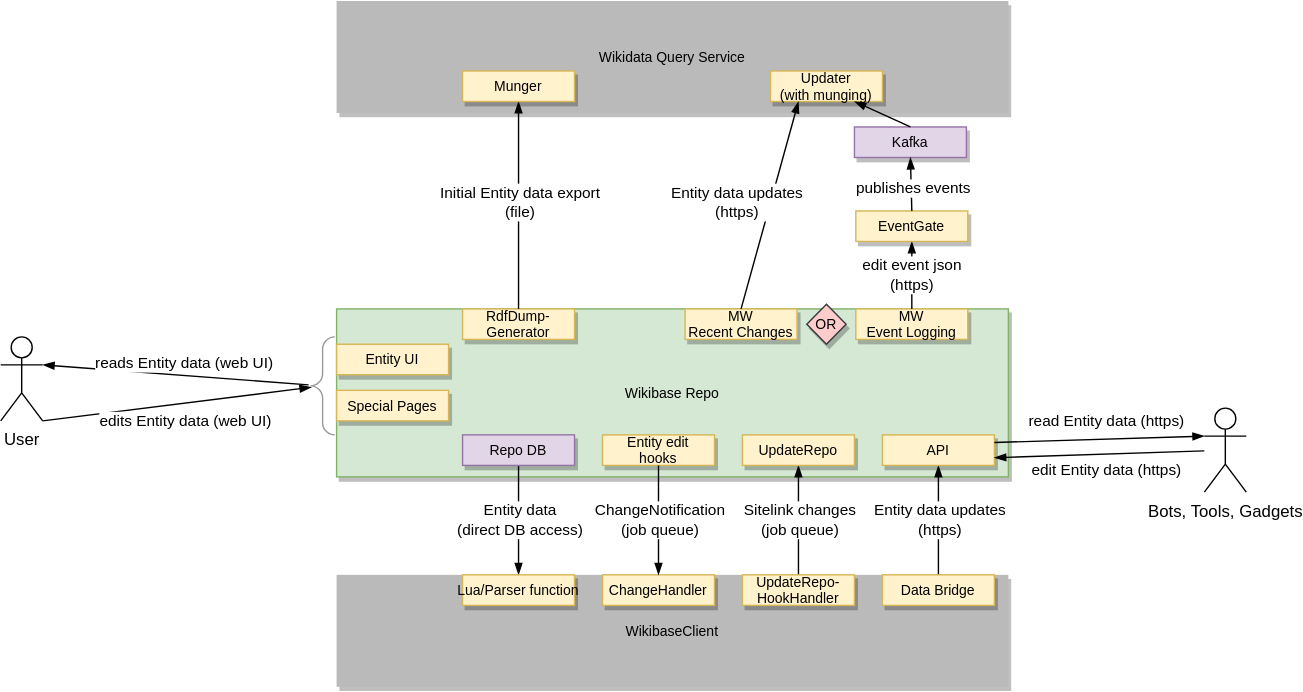
Above: systems/WikibaseRepo/diagrams/03-technical-context.drawio.svg in wmde/wikidata-wikibase-architecture (draw.io), before the change. Source tidied: cells renumbered, new cells last; positions are measured from the earlier drawing's top-left corner, leaving out a move shared by most shapes. The source it was exported from:
```xml
<mxGraphModel>
  <root>
    <mxCell id="0" />
    <mxCell id="1" parent="0" />
    <mxCell id="2" value="Wikibase Repo" style="rounded=0;shadow=1;fontSize=10;strokeColor=#82b366;direction=west;fillColor=#d5e8d4;" parent="1" vertex="1">
      <mxGeometry x="240" y="220" width="480" height="120" as="geometry" />
    </mxCell>
    <mxCell id="3" value="WikibaseClient" style="rounded=0;shadow=1;fontSize=10;strokeColor=none;direction=west;fillColor=#BABABA;" parent="1" vertex="1">
      <mxGeometry x="240" y="410" width="480" height="80" as="geometry" />
    </mxCell>
    <mxCell id="4" style="rounded=0;jettySize=auto;html=1;endArrow=blockThin;endFill=1;exitX=0.5;exitY=0;exitDx=0;exitDy=0;" parent="1" edge="1" source="14" target="15">
      <mxGeometry relative="1" as="geometry" />
    </mxCell>
    <mxCell id="5" value="Sitelink changes&lt;br&gt;(job queue)" style="edgeLabel;html=1;align=center;verticalAlign=middle;" parent="4" vertex="1">
      <mxGeometry x="0.2" relative="1" as="geometry">
        <mxPoint y="-1.8" as="offset" />
      </mxGeometry>
    </mxCell>
    <mxCell id="6" style="rounded=0;jettySize=auto;html=1;entryX=0.5;entryY=0.542;entryDx=0;entryDy=0;endArrow=none;endFill=0;startArrow=blockThin;startFill=1;strokeWidth=1;entryPerimeter=0;exitX=0.5;exitY=1;exitDx=0;exitDy=0;" parent="1" edge="1" source="12" target="13">
      <mxGeometry relative="1" as="geometry" />
    </mxCell>
    <mxCell id="7" value="Entity data&lt;br&gt;(direct DB access)" style="edgeLabel;html=1;align=center;verticalAlign=middle;" parent="6" vertex="1">
      <mxGeometry x="0.14" y="-1" relative="1" as="geometry">
        <mxPoint x="-1" y="11.7" as="offset" />
      </mxGeometry>
    </mxCell>
    <mxCell id="8" style="rounded=0;jettySize=auto;html=1;endArrow=blockThin;endFill=1;entryX=0.5;entryY=0;entryDx=0;entryDy=0;exitX=0.5;exitY=0;exitDx=0;exitDy=0;" parent="1" edge="1" source="10" target="11">
      <mxGeometry relative="1" as="geometry" />
    </mxCell>
    <mxCell id="9" value="Entity data updates&lt;br&gt;(https)" style="edgeLabel;html=1;align=center;verticalAlign=middle;" parent="8" vertex="1">
      <mxGeometry x="0.2" relative="1" as="geometry">
        <mxPoint y="-1.8" as="offset" />
      </mxGeometry>
    </mxCell>
    <mxCell id="10" value="Data Bridge" style="rounded=0;shadow=1;fontSize=10;strokeColor=#d6b656;direction=west;fillColor=#fff2cc;" parent="1" vertex="1">
      <mxGeometry x="630" y="410" width="80" height="21.8" as="geometry" />
    </mxCell>
    <mxCell id="11" value="API" style="rounded=0;shadow=1;fontSize=10;strokeColor=#d6b656;direction=west;fillColor=#fff2cc;" parent="1" vertex="1">
      <mxGeometry x="630" y="310" width="80" height="21.8" as="geometry" />
    </mxCell>
    <mxCell id="12" value="Lua/Parser function" style="rounded=0;shadow=1;fontSize=10;strokeColor=#d6b656;direction=west;fillColor=#fff2cc;" parent="1" vertex="1">
      <mxGeometry x="330" y="410" width="80" height="21.8" as="geometry" />
    </mxCell>
    <mxCell id="13" value="Repo DB" style="rounded=0;shadow=1;fontSize=10;strokeColor=#9673a6;direction=west;fillColor=#e1d5e7;" parent="1" vertex="1">
      <mxGeometry x="330" y="310" width="80" height="21.8" as="geometry" />
    </mxCell>
    <mxCell id="14" value="UpdateRepo-&#10;HookHandler" style="rounded=0;shadow=1;fontSize=10;strokeColor=#d6b656;direction=west;fillColor=#fff2cc;" parent="1" vertex="1">
      <mxGeometry x="530" y="410" width="80" height="21.8" as="geometry" />
    </mxCell>
    <mxCell id="15" value="UpdateRepo" style="rounded=0;shadow=1;fontSize=10;strokeColor=#d6b656;direction=west;fillColor=#fff2cc;" parent="1" vertex="1">
      <mxGeometry x="530" y="310" width="80" height="21.8" as="geometry" />
    </mxCell>
    <mxCell id="16" value="ChangeHandler" style="rounded=0;shadow=1;fontSize=10;strokeColor=#d6b656;direction=west;fillColor=#fff2cc;" parent="1" vertex="1">
      <mxGeometry x="430" y="410" width="80" height="21.8" as="geometry" />
    </mxCell>
    <mxCell id="17" value="Entity edit&#10;hooks" style="rounded=0;shadow=1;fontSize=10;strokeColor=#d6b656;direction=west;fillColor=#fff2cc;" parent="1" vertex="1">
      <mxGeometry x="430" y="310" width="80" height="21.8" as="geometry" />
    </mxCell>
    <mxCell id="18" style="rounded=0;jettySize=auto;html=1;endArrow=blockThin;endFill=1;exitX=0.5;exitY=0;exitDx=0;exitDy=0;entryX=0.5;entryY=1;entryDx=0;entryDy=0;" parent="1" edge="1" source="17" target="16">
      <mxGeometry relative="1" as="geometry" />
    </mxCell>
    <mxCell id="19" value="ChangeNotification&lt;br&gt;(job queue)" style="edgeLabel;html=1;align=center;verticalAlign=middle;" parent="18" vertex="1">
      <mxGeometry x="0.2" relative="1" as="geometry">
        <mxPoint y="-8.7" as="offset" />
      </mxGeometry>
    </mxCell>
    <mxCell id="20" value="Bots, Tools, Gadgets" style="shape=umlActor;verticalLabelPosition=bottom;verticalAlign=top;html=1;outlineConnect=0;" parent="1" vertex="1">
      <mxGeometry x="860" y="290.9" width="30" height="60" as="geometry" />
    </mxCell>
    <mxCell id="21" style="rounded=0;jettySize=auto;html=1;endArrow=blockThin;endFill=1;entryX=0;entryY=0.3333333333333333;entryDx=0;entryDy=0;exitX=0;exitY=0.75;exitDx=0;exitDy=0;entryPerimeter=0;" parent="1" edge="1" source="11" target="20">
      <mxGeometry relative="1" as="geometry" />
    </mxCell>
    <mxCell id="22" value="read Entity data (https)" style="edgeLabel;html=1;align=center;verticalAlign=middle;" parent="21" vertex="1">
      <mxGeometry x="0.2" relative="1" as="geometry">
        <mxPoint x="-10" y="-12.7" as="offset" />
      </mxGeometry>
    </mxCell>
    <mxCell id="23" style="rounded=0;jettySize=auto;html=1;endArrow=blockThin;endFill=1;entryX=0;entryY=0.25;entryDx=0;entryDy=0;" parent="1" edge="1" source="20" target="11">
      <mxGeometry relative="1" as="geometry" />
    </mxCell>
    <mxCell id="24" value="edit Entity data (https)" style="edgeLabel;html=1;align=center;verticalAlign=middle;" parent="23" vertex="1">
      <mxGeometry x="0.2" relative="1" as="geometry">
        <mxPoint x="19.9" y="10.4" as="offset" />
      </mxGeometry>
    </mxCell>
    <mxCell id="25" value="Entity UI" style="rounded=0;shadow=1;fontSize=10;strokeColor=#d6b656;direction=west;fillColor=#fff2cc;" parent="1" vertex="1">
      <mxGeometry x="240" y="245.2" width="80" height="21.8" as="geometry" />
    </mxCell>
    <mxCell id="26" value="User" style="shape=umlActor;verticalLabelPosition=bottom;verticalAlign=top;html=1;outlineConnect=0;" parent="1" vertex="1">
      <mxGeometry y="240" width="30" height="60" as="geometry" />
    </mxCell>
    <mxCell id="27" style="endArrow=none;strokeColor=#000000;fontSize=10;fontColor=#000000;strokeWidth=1;endFill=0;exitX=1;exitY=0.3333333333333333;exitDx=0;exitDy=0;exitPerimeter=0;startArrow=blockThin;startFill=1;" parent="1" edge="1" source="26" target="49">
      <mxGeometry relative="1" as="geometry" />
    </mxCell>
    <mxCell id="28" value="reads Entity data (web UI)" style="edgeLabel;html=1;align=center;verticalAlign=middle;" parent="27" vertex="1">
      <mxGeometry x="0.24" y="-1" relative="1" as="geometry">
        <mxPoint x="-17.5" y="-11" as="offset" />
      </mxGeometry>
    </mxCell>
    <mxCell id="29" style="endArrow=blockThin;strokeColor=#000000;fontSize=10;fontColor=#000000;strokeWidth=1;endFill=1;entryX=0.486;entryY=0.1;entryDx=0;entryDy=0;exitX=1;exitY=1;exitDx=0;exitDy=0;exitPerimeter=0;startArrow=none;startFill=0;entryPerimeter=0;" parent="1" edge="1" source="26" target="49">
      <mxGeometry relative="1" as="geometry" />
    </mxCell>
    <mxCell id="30" value="edits Entity data (web UI)" style="edgeLabel;html=1;align=center;verticalAlign=middle;" parent="29" vertex="1">
      <mxGeometry x="0.24" y="-1" relative="1" as="geometry">
        <mxPoint x="-17.5" y="13.9" as="offset" />
      </mxGeometry>
    </mxCell>
    <mxCell id="31" value="Wikidata Query Service" style="rounded=0;shadow=1;fontSize=10;fontColor=#000000;strokeColor=none;direction=west;fillColor=#BABABA;" parent="1" vertex="1">
      <mxGeometry x="240" width="480" height="80" as="geometry" />
    </mxCell>
    <mxCell id="32" value="RdfDump-&#10;Generator" style="rounded=0;shadow=1;fontSize=10;strokeColor=#d6b656;direction=west;fillColor=#fff2cc;" parent="1" vertex="1">
      <mxGeometry x="330" y="220" width="80" height="21.8" as="geometry" />
    </mxCell>
    <mxCell id="33" style="rounded=0;jettySize=auto;html=1;endArrow=blockThin;endFill=1;entryX=0.5;entryY=0;entryDx=0;entryDy=0;exitX=0.5;exitY=1;exitDx=0;exitDy=0;" parent="1" edge="1" source="32" target="35">
      <mxGeometry relative="1" as="geometry" />
    </mxCell>
    <mxCell id="34" value="Initial Entity data export&lt;br&gt;(file)" style="edgeLabel;html=1;align=center;verticalAlign=middle;" parent="33" vertex="1">
      <mxGeometry x="0.2" relative="1" as="geometry">
        <mxPoint x="0.2" y="12.5" as="offset" />
      </mxGeometry>
    </mxCell>
    <mxCell id="35" value="Munger" style="rounded=0;shadow=1;fontSize=10;strokeColor=#d6b656;direction=west;fillColor=#fff2cc;" parent="1" vertex="1">
      <mxGeometry x="330" y="50" width="80" height="21.8" as="geometry" />
    </mxCell>
    <mxCell id="36" value="Updater&#10;(with munging)" style="rounded=0;shadow=1;fontSize=10;strokeColor=#d6b656;direction=west;fillColor=#fff2cc;" parent="1" vertex="1">
      <mxGeometry x="550" y="50" width="80" height="21.8" as="geometry" />
    </mxCell>
    <mxCell id="37" value="MW&#10;Recent Changes" style="rounded=0;shadow=1;fontSize=10;strokeColor=#d6b656;direction=west;fillColor=#fff2cc;" parent="1" vertex="1">
      <mxGeometry x="489" y="220" width="80" height="21.8" as="geometry" />
    </mxCell>
    <mxCell id="38" style="rounded=0;jettySize=auto;html=1;endArrow=blockThin;endFill=1;entryX=0.75;entryY=0;entryDx=0;entryDy=0;exitX=0.5;exitY=1;exitDx=0;exitDy=0;" parent="1" edge="1" source="37" target="36">
      <mxGeometry relative="1" as="geometry" />
    </mxCell>
    <mxCell id="39" value="Entity data updates&lt;br&gt;(https)" style="edgeLabel;html=1;align=center;verticalAlign=middle;" parent="38" vertex="1">
      <mxGeometry x="0.2" relative="1" as="geometry">
        <mxPoint x="-28" y="12.5" as="offset" />
      </mxGeometry>
    </mxCell>
    <mxCell id="40" value="MW&#10;Event Logging" style="rounded=0;shadow=1;fontSize=10;strokeColor=#d6b656;direction=west;fillColor=#fff2cc;" parent="1" vertex="1">
      <mxGeometry x="611" y="220" width="80" height="21.8" as="geometry" />
    </mxCell>
    <mxCell id="41" value="edit event json&lt;br&gt;(https)" style="rounded=0;jettySize=auto;html=1;endArrow=blockThin;endFill=1;entryX=0.5;entryY=0;entryDx=0;entryDy=0;exitX=0.5;exitY=1;exitDx=0;exitDy=0;" parent="1" edge="1" source="40" target="44">
      <mxGeometry relative="1" as="geometry" />
    </mxCell>
    <mxCell id="42" value="OR" style="rhombus;whiteSpace=wrap;html=1;fillColor=#ffcccc;rounded=0;shadow=1;fontSize=10;strokeColor=#36393d;" parent="1" vertex="1">
      <mxGeometry x="576" y="216.6" width="28.1" height="28.6" as="geometry" />
    </mxCell>
    <mxCell id="43" value="Kafka" style="rounded=0;shadow=1;fontSize=10;strokeColor=#9673a6;direction=west;fillColor=#e1d5e7;" parent="1" vertex="1">
      <mxGeometry x="610" y="90" width="80" height="21.8" as="geometry" />
    </mxCell>
    <mxCell id="44" value="EventGate" style="rounded=0;shadow=1;fontSize=10;strokeColor=#d6b656;direction=west;fillColor=#fff2cc;" parent="1" vertex="1">
      <mxGeometry x="611" y="150" width="80" height="21.8" as="geometry" />
    </mxCell>
    <mxCell id="45" style="rounded=0;jettySize=auto;html=1;endArrow=blockThin;endFill=1;entryX=0.5;entryY=0;entryDx=0;entryDy=0;exitX=0.5;exitY=1;exitDx=0;exitDy=0;" parent="1" edge="1" source="44" target="43">
      <mxGeometry relative="1" as="geometry" />
    </mxCell>
    <mxCell id="46" value="publishes events" style="edgeLabel;html=1;align=center;verticalAlign=middle;" parent="45" vertex="1">
      <mxGeometry x="-0.16" y="-1" relative="1" as="geometry" />
    </mxCell>
    <mxCell id="47" style="rounded=0;jettySize=auto;html=1;endArrow=blockThin;endFill=1;entryX=0.25;entryY=0;entryDx=0;entryDy=0;exitX=0.5;exitY=1;exitDx=0;exitDy=0;" parent="1" edge="1" source="43" target="36">
      <mxGeometry relative="1" as="geometry" />
    </mxCell>
    <mxCell id="48" value="Special Pages" style="rounded=0;shadow=1;fontSize=10;strokeColor=#d6b656;direction=west;fillColor=#fff2cc;" parent="1" vertex="1">
      <mxGeometry x="240" y="278.2" width="80" height="21.8" as="geometry" />
    </mxCell>
    <mxCell id="49" style="labelPosition=right;align=left;strokeWidth=1;shape=mxgraph.mockup.markup.curlyBrace;html=1;shadow=0;dashed=0;strokeColor=#999999;direction=north;" parent="1" vertex="1">
      <mxGeometry x="220" y="240" width="20" height="70" as="geometry" />
    </mxCell>
  </root>
</mxGraphModel>
```
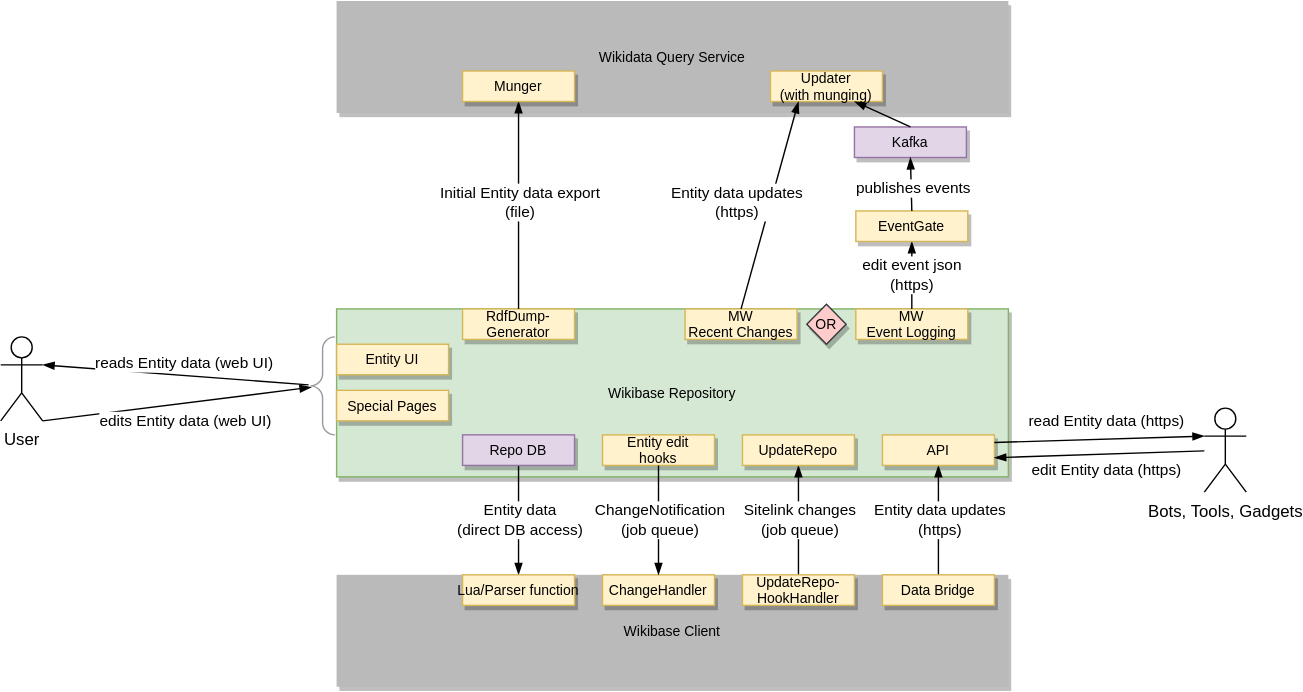
After the change.

Change to the diagram source:
```diff
@@ -2,10 +2,10 @@
   <root>
     <mxCell id="0" />
     <mxCell id="1" parent="0" />
-    <mxCell id="2" value="Wikibase Repo" style="rounded=0;shadow=1;fontSize=10;strokeColor=#82b366;direction=west;fillColor=#d5e8d4;" parent="1" vertex="1">
+    <mxCell id="2" value="Wikibase Repository" style="rounded=0;shadow=1;fontSize=10;strokeColor=#82b366;direction=west;fillColor=#d5e8d4;" parent="1" vertex="1">
       <mxGeometry x="240" y="220" width="480" height="120" as="geometry" />
     </mxCell>
-    <mxCell id="3" value="WikibaseClient" style="rounded=0;shadow=1;fontSize=10;strokeColor=none;direction=west;fillColor=#BABABA;" parent="1" vertex="1">
+    <mxCell id="3" value="Wikibase Client" style="rounded=0;shadow=1;fontSize=10;strokeColor=none;direction=west;fillColor=#BABABA;" parent="1" vertex="1">
       <mxGeometry x="240" y="410" width="480" height="80" as="geometry" />
     </mxCell>
     <mxCell id="4" style="rounded=0;jettySize=auto;html=1;endArrow=blockThin;endFill=1;exitX=0.5;exitY=0;exitDx=0;exitDy=0;" parent="1" edge="1" source="14" target="15">
```
